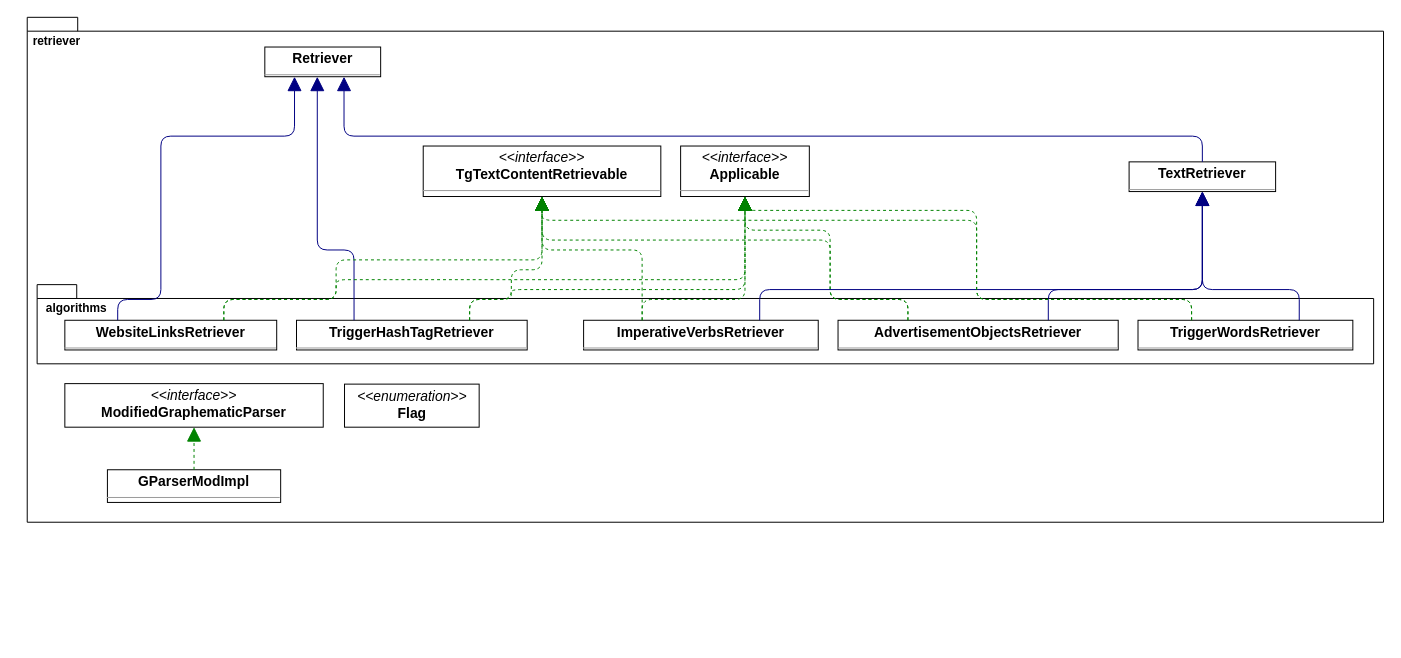
n1kutochkin/diploma keeps this draw.io diagram as diagrams/retr_wout_fields.drawio. Above is the earlier version. Source tidied: cells renumbered, new cells numbered last; positions are measured from the earlier drawing's top-left corner, leaving out a move shared by most shapes. Both pictures are drawn from the tidied source at 99%, with x=0, y=0 at pixel (17, 17).
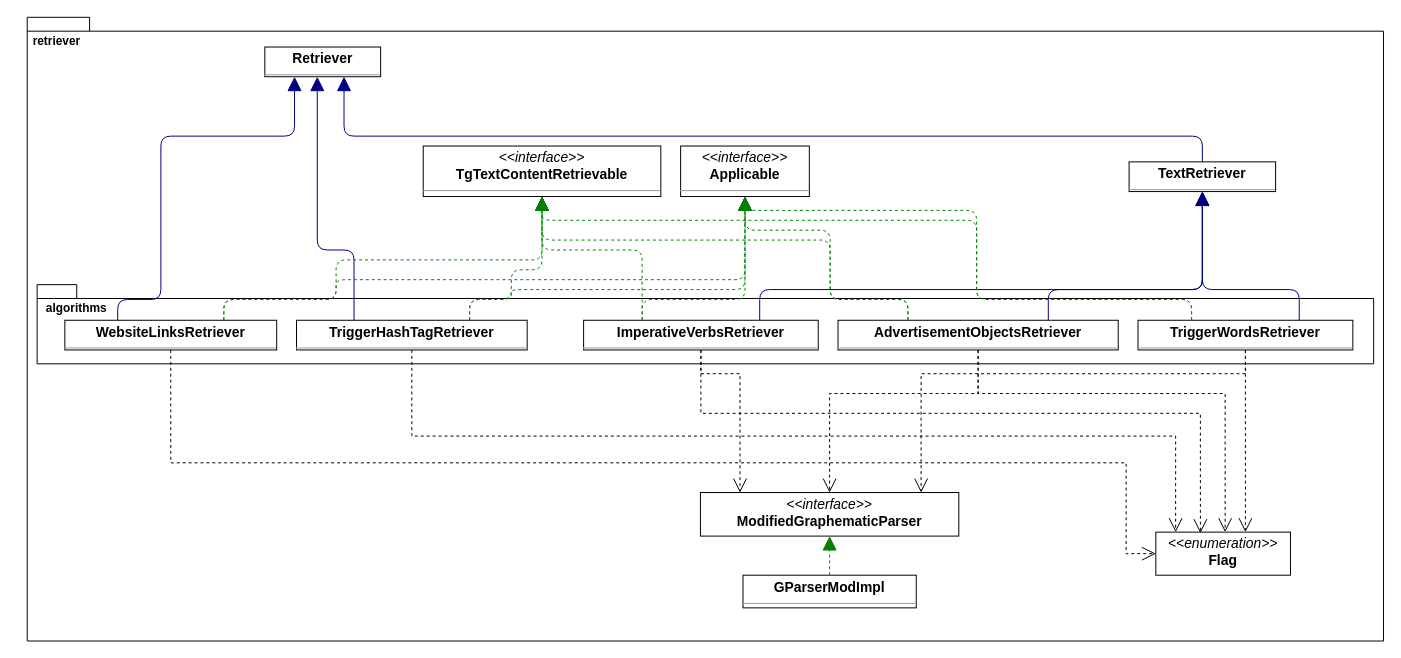
After the change.

The change refers to these unchanged cells:
```xml
<mxCell id="4" value="&lt;p style=&quot;margin:0px;margin-top:4px;text-align:center;&quot;&gt;&lt;b&gt;AdvertisementObjectsRetriever&lt;/b&gt;&lt;/p&gt;&lt;hr size=&quot;1&quot;/&gt;" style="verticalAlign=top;align=left;overflow=fill;fontSize=14;fontFamily=Helvetica;html=1;rounded=0;shadow=0;comic=0;labelBackgroundColor=none;strokeWidth=1;" parent="1" vertex="1">
  <mxGeometry x="829" y="306" width="283" height="30" as="geometry" />
</mxCell>
<mxCell id="8" value="&lt;p style=&quot;margin:0px;margin-top:4px;text-align:center;&quot;&gt;&lt;b&gt;ImperativeVerbsRetriever&lt;/b&gt;&lt;/p&gt;&lt;hr size=&quot;1&quot;/&gt;" style="verticalAlign=top;align=left;overflow=fill;fontSize=14;fontFamily=Helvetica;html=1;rounded=0;shadow=0;comic=0;labelBackgroundColor=none;strokeWidth=1;" parent="1" vertex="1">
  <mxGeometry x="572" y="306" width="237" height="30" as="geometry" />
</mxCell>
<mxCell id="13" value="&lt;p style=&quot;margin:0px;margin-top:4px;text-align:center;&quot;&gt;&lt;b&gt;TriggerHashTagRetriever&lt;/b&gt;&lt;/p&gt;&lt;hr size=&quot;1&quot;/&gt;" style="verticalAlign=top;align=left;overflow=fill;fontSize=14;fontFamily=Helvetica;html=1;rounded=0;shadow=0;comic=0;labelBackgroundColor=none;strokeWidth=1;" parent="1" vertex="1">
  <mxGeometry x="282" y="306" width="233" height="30" as="geometry" />
</mxCell>
<mxCell id="14" value="&lt;p style=&quot;margin:0px;margin-top:4px;text-align:center;&quot;&gt;&lt;b&gt;TriggerWordsRetriever&lt;/b&gt;&lt;/p&gt;&lt;hr size=&quot;1&quot;/&gt;" style="verticalAlign=top;align=left;overflow=fill;fontSize=14;fontFamily=Helvetica;html=1;rounded=0;shadow=0;comic=0;labelBackgroundColor=none;strokeWidth=1;" parent="1" vertex="1">
  <mxGeometry x="1132" y="306" width="217" height="30" as="geometry" />
</mxCell>
<mxCell id="15" value="&lt;p style=&quot;margin:0px;margin-top:4px;text-align:center;&quot;&gt;&lt;b&gt;WebsiteLinksRetriever&lt;/b&gt;&lt;/p&gt;&lt;hr size=&quot;1&quot;/&gt;" style="verticalAlign=top;align=left;overflow=fill;fontSize=14;fontFamily=Helvetica;html=1;rounded=0;shadow=0;comic=0;labelBackgroundColor=none;strokeWidth=1;" parent="1" vertex="1">
  <mxGeometry x="48" y="306" width="214" height="30" as="geometry" />
</mxCell>
```

Change to the diagram source:
```diff
@@
     <mxCell id="2" style="shape=folder;fontStyle=1;spacingTop=10;tabWidth=40;tabHeight=14;tabPosition=left;html=1;" parent="1" vertex="1">
-      <mxGeometry x="10" width="1370" height="510" as="geometry" />
+      <mxGeometry x="10" width="1370" height="630" as="geometry" />
     </mxCell>
@@
+    <mxCell id="35" style="edgeStyle=orthogonalEdgeStyle;rounded=0;jettySize=auto;html=1;dashed=1;endArrow=open;endFill=0;endSize=12;" parent="1" edge="1" source="4" target="6">
+      <mxGeometry relative="1" as="geometry">
+        <Array as="points">
+          <mxPoint x="971" y="380" />
+          <mxPoint x="1220" y="380" />
+        </Array>
+      </mxGeometry>
+    </mxCell>
+    <mxCell id="36" style="edgeStyle=orthogonalEdgeStyle;rounded=0;jettySize=auto;html=1;entryX=0.5;entryY=0;entryDx=0;entryDy=0;dashed=1;endArrow=open;endFill=0;endSize=12;strokeWidth=1;" parent="1" edge="1" source="4" target="9">
+      <mxGeometry relative="1" as="geometry">
+        <Array as="points">
+          <mxPoint x="971" y="380" />
+          <mxPoint x="821" y="380" />
+        </Array>
+      </mxGeometry>
+    </mxCell>
@@
     <mxCell id="6" value="&lt;p style=&quot;margin:0px;margin-top:4px;text-align:center;&quot;&gt;&lt;i&gt;&amp;lt;&amp;lt;enumeration&amp;gt;&amp;gt;&lt;/i&gt;&lt;br/&gt;&lt;b&gt;Flag&lt;/b&gt;&lt;/p&gt;&lt;hr size=&quot;1&quot;/&gt;" style="verticalAlign=top;align=left;overflow=fill;fontSize=14;fontFamily=Helvetica;html=1;rounded=0;shadow=0;comic=0;labelBackgroundColor=none;strokeWidth=1;" parent="1" vertex="1">
-      <mxGeometry x="330.5" y="370.5" width="136" height="43.5" as="geometry" />
+      <mxGeometry x="1150" y="520" width="136" height="43.5" as="geometry" />
     </mxCell>
     <mxCell id="7" value="&lt;p style=&quot;margin:0px;margin-top:4px;text-align:center;&quot;&gt;&lt;b&gt;GParserModImpl&lt;/b&gt;&lt;/p&gt;&lt;hr size=&quot;1&quot;/&gt;" style="verticalAlign=top;align=left;overflow=fill;fontSize=14;fontFamily=Helvetica;html=1;rounded=0;shadow=0;comic=0;labelBackgroundColor=none;strokeWidth=1;" parent="1" vertex="1">
-      <mxGeometry x="91" y="457" width="175" height="33" as="geometry" />
+      <mxGeometry x="733" y="563.5" width="175" height="33" as="geometry" />
     </mxCell>
+    <mxCell id="37" style="edgeStyle=orthogonalEdgeStyle;rounded=0;jettySize=auto;html=1;exitX=0.5;exitY=1;exitDx=0;exitDy=0;entryX=0.331;entryY=0.023;entryDx=0;entryDy=0;dashed=1;endArrow=open;endFill=0;endSize=12;entryPerimeter=0;" parent="1" edge="1" source="8" target="6">
+      <mxGeometry relative="1" as="geometry">
+        <Array as="points">
+          <mxPoint x="691" y="400" />
+          <mxPoint x="1195" y="400" />
+        </Array>
+      </mxGeometry>
+    </mxCell>
+    <mxCell id="38" style="edgeStyle=orthogonalEdgeStyle;rounded=0;jettySize=auto;html=1;dashed=1;endArrow=open;endFill=0;endSize=12;strokeWidth=1;" parent="1" edge="1" source="8" target="9">
+      <mxGeometry relative="1" as="geometry">
+        <Array as="points">
+          <mxPoint x="691" y="360" />
+          <mxPoint x="730" y="360" />
+        </Array>
+      </mxGeometry>
+    </mxCell>
@@
     <mxCell id="9" value="&lt;p style=&quot;margin:0px;margin-top:4px;text-align:center;&quot;&gt;&lt;i&gt;&amp;lt;&amp;lt;interface&amp;gt;&amp;gt;&lt;/i&gt;&lt;br/&gt;&lt;b&gt;ModifiedGraphematicParser&lt;/b&gt;&lt;/p&gt;&lt;hr size=&quot;1&quot;/&gt;" style="verticalAlign=top;align=left;overflow=fill;fontSize=14;fontFamily=Helvetica;html=1;rounded=0;shadow=0;comic=0;labelBackgroundColor=none;strokeWidth=1;" parent="1" vertex="1">
-      <mxGeometry x="48" y="370" width="261" height="44" as="geometry" />
+      <mxGeometry x="690" y="480" width="261" height="44" as="geometry" />
     </mxCell>
@@
+    <mxCell id="39" style="edgeStyle=orthogonalEdgeStyle;rounded=0;jettySize=auto;html=1;exitX=0.5;exitY=1;exitDx=0;exitDy=0;dashed=1;endArrow=open;endFill=0;endSize=12;" parent="1" edge="1" source="13">
+      <mxGeometry relative="1" as="geometry">
+        <mxPoint x="1170" y="520" as="targetPoint" />
+        <Array as="points">
+          <mxPoint x="399" y="423" />
+          <mxPoint x="1170" y="423" />
+          <mxPoint x="1170" y="520" />
+        </Array>
+      </mxGeometry>
+    </mxCell>
@@
+    <mxCell id="40" style="edgeStyle=orthogonalEdgeStyle;rounded=0;jettySize=auto;html=1;dashed=1;endArrow=open;endFill=0;endSize=12;strokeWidth=1;" parent="1" edge="1" source="14" target="6">
+      <mxGeometry relative="1" as="geometry">
+        <Array as="points">
+          <mxPoint x="1240" y="480" />
+          <mxPoint x="1240" y="480" />
+        </Array>
+      </mxGeometry>
+    </mxCell>
+    <mxCell id="41" style="edgeStyle=orthogonalEdgeStyle;rounded=0;jettySize=auto;html=1;entryX=0.854;entryY=0;entryDx=0;entryDy=0;entryPerimeter=0;dashed=1;endArrow=open;endFill=0;endSize=12;strokeWidth=1;" parent="1" edge="1" source="14" target="9">
+      <mxGeometry relative="1" as="geometry">
+        <Array as="points">
+          <mxPoint x="1241" y="360" />
+          <mxPoint x="913" y="360" />
+        </Array>
+      </mxGeometry>
+    </mxCell>
@@
+    <mxCell id="42" style="edgeStyle=orthogonalEdgeStyle;rounded=0;jettySize=auto;html=1;entryX=0;entryY=0.5;entryDx=0;entryDy=0;dashed=1;endArrow=open;endFill=0;endSize=12;strokeWidth=1;" parent="1" edge="1" source="15" target="6">
+      <mxGeometry relative="1" as="geometry">
+        <Array as="points">
+          <mxPoint x="155" y="450" />
+          <mxPoint x="1120" y="450" />
+          <mxPoint x="1120" y="542" />
+        </Array>
+      </mxGeometry>
+    </mxCell>
```
